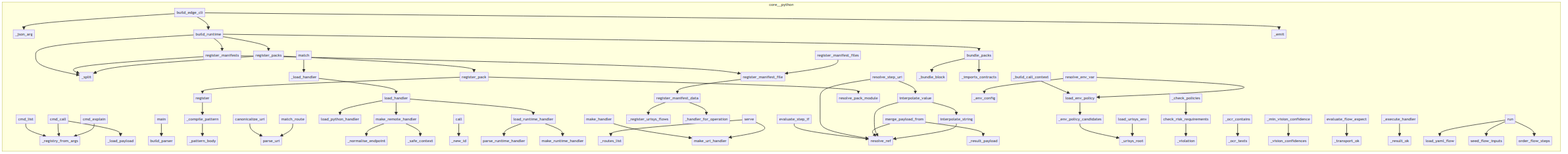
tellmesh/uricore keeps this Mermaid diagram as project/calls.png. Above is the earlier version. Its source is kept beside it as project/calls.mmd.
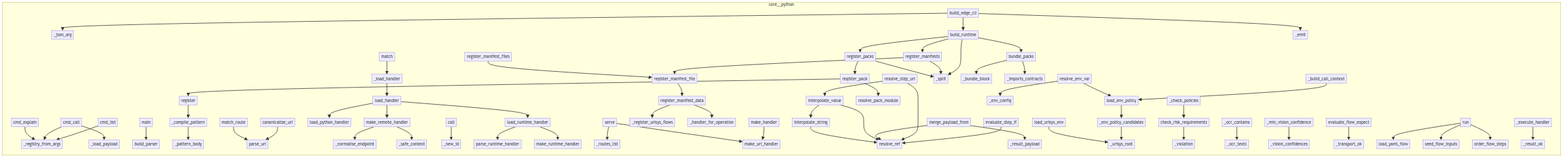
After the change.

Diff of the diagram source:
```diff
@@ -1,80 +1,80 @@
 flowchart LR
     subgraph core__python
-        core__python__uri_control__edge__compose___split["_split"]
-        core__python__uri_control__edge__runtime__make_handler["make_handler"]
-        core__python__uri_control__edge__flow__loader__load_yaml_flow["load_yaml_flow"]
-        core__python__uri_control__cli__build_parser["build_parser"]
-        core__python__uri_control__handlers__make_remote_handler["make_remote_handler"]
+        core__python__uri_control__registry___compile_pattern["_compile_pattern"]
+        core__python__uri_control__cli___load_payload["_load_payload"]
+        core__python__uri_control__edge__http___routes_list["_routes_list"]
+        core__python__uri_control__parser__canonicalize_uri["canonicalize_uri"]
         core__python__uri_control__edge__flow_refs__evaluate_step_if["evaluate_step_if"]
         core__python__uri_control__edge__compose___bundle_block["_bundle_block"]
-        core__python__uri_control__edge__http___routes_list["_routes_list"]
+        core__python__uri_control__runtime_handlers__load_runtime_handler["load_runtime_handler"]
+        core__python__uri_control__edge__compose__build_runtime["build_runtime"]
+        core__python__uri_control__edge__env___env_config["_env_config"]
+        core__python__uri_control__edge__runtime__Runtime___execute_handler["_execute_handler"]
+        core__python__uri_control__registry___pattern_body["_pattern_body"]
+        core__python__uri_control__edge__flow_refs__interpolate_string["interpolate_string"]
+        core__python__uri_control__edge__compose__bundle_packs["bundle_packs"]
+        core__python__uri_control__handlers__load_handler["load_handler"]
+        core__python__uri_control__edge__manifest__register_manifest_file["register_manifest_file"]
+        core__python__uri_control__edge__flow_expect___ocr_texts["_ocr_texts"]
+        core__python__uri_control__handlers__load_python_handler["load_python_handler"]
+        core__python__uri_control__edge__flow_refs___result_payload["_result_payload"]
+        core__python__uri_control__edge__risk_policy__check_risk_requirements["check_risk_requirements"]
+        core__python__uri_control__edge__runtime__Runtime___load_handler["_load_handler"]
+        core__python__uri_control__edge__flow_refs__resolve_step_uri["resolve_step_uri"]
+        core__python__uri_control__edge__compose___split["_split"]
+        core__python__uri_control__handlers___normalise_endpoint["_normalise_endpoint"]
+        core__python__uri_control__edge__compose___imports_contracts["_imports_contracts"]
+        core__python__uri_control__edge__runtime__Runtime___build_call_context["_build_call_context"]
+        core__python__uri_control__edge__flow__loader__load_yaml_flow["load_yaml_flow"]
+        core__python__uri_control__registry__CapabilityRegistry__register["register"]
+        core__python__uri_control__edge__compose__resolve_pack_module["resolve_pack_module"]
+        core__python__uri_control__cli__cmd_list["cmd_list"]
+        core__python__uri_control__cli___registry_from_args["_registry_from_args"]
+        core__python__uri_control__cli__build_parser["build_parser"]
+        core__python__uri_control__edge__env__load_env_policy["load_env_policy"]
+        core__python__uri_control__edge__env__load_urisys_env["load_urisys_env"]
+        core__python__uri_control__cli__cmd_explain["cmd_explain"]
+        core__python__uri_control__edge__cli__build_edge_cli["build_edge_cli"]
         core__python__uri_control__edge__compose__register_pack["register_pack"]
+        core__python__uri_control__edge__compose__register_manifests["register_manifests"]
+        core__python__uri_control__edge__flow_expect___vision_confidences["_vision_confidences"]
+        core__python__uri_control__edge__flow_expect__evaluate_flow_expect["evaluate_flow_expect"]
+        core__python__uri_control__handlers___safe_context["_safe_context"]
+        core__python__uri_control__edge__manifest___register_urisys_flows["_register_urisys_flows"]
+        core__python__uri_control__edge__runtime__make_handler["make_handler"]
+        core__python__uri_control__dispatcher___new_id["_new_id"]
+        core__python__uri_control__edge__flow_expect___min_vision_confidence["_min_vision_confidence"]
+        core__python__uri_control__edge__cli___json_arg["_json_arg"]
+        core__python__uri_control__runtime_handlers__parse_runtime_handler["parse_runtime_handler"]
+        core__python__uri_control__edge__manifest__register_manifest_files["register_manifest_files"]
+        core__python__uri_control__edge__flow__runner__FlowRunner__run["run"]
+        core__python__uri_control__edge__flow_refs__merge_payload_from["merge_payload_from"]
+        core__python__uri_control__dispatcher__UriControlRuntime__call["call"]
+        core__python__uri_control__edge__flow_expect___ocr_contains["_ocr_contains"]
+        core__python__uri_control__edge__runtime___result_ok["_result_ok"]
+        core__python__uri_control__edge__flow_refs__interpolate_value["interpolate_value"]
         core__python__uri_control__edge__flow__steps__order_flow_steps["order_flow_steps"]
-        core__python__uri_control__edge__flow_refs__interpolate_value["interpolate_value"]
-        core__python__uri_control__handlers___normalise_endpoint["_normalise_endpoint"]
-        core__python__uri_control__edge__compose__bundle_packs["bundle_packs"]
-        core__python__uri_control__edge__env__load_env_policy["load_env_policy"]
-        core__python__uri_control__registry___compile_pattern["_compile_pattern"]
-        core__python__uri_control__registry__CapabilityRegistry__match["match"]
-        core__python__uri_control__cli__cmd_list["cmd_list"]
-        core__python__uri_control__registry___pattern_body["_pattern_body"]
-        core__python__uri_control__edge__flow_expect__evaluate_flow_expect["evaluate_flow_expect"]
-        core__python__uri_control__edge__runtime__Runtime___execute_handler["_execute_handler"]
-        core__python__uri_control__cli__cmd_call["cmd_call"]
-        core__python__uri_control__cli__main["main"]
-        core__python__uri_control__edge__env__load_urisys_env["load_urisys_env"]
-        core__python__uri_control__edge__cli__build_edge_cli["build_edge_cli"]
-        core__python__uri_control__cli___load_payload["_load_payload"]
-        core__python__uri_control__cli___registry_from_args["_registry_from_args"]
-        core__python__uri_control__edge__env___env_config["_env_config"]
-        core__python__uri_control__edge__flow_refs___result_payload["_result_payload"]
+        core__python__uri_control__edge__cli___emit["_emit"]
+        core__python__uri_control__edge__flow_refs__resolve_ref["resolve_ref"]
+        core__python__uri_control__edge__compose__register_packs["register_packs"]
+        core__python__uri_control__edge__runtime__Runtime___check_policies["_check_policies"]
+        core__python__uri_control__edge__risk_policy___violation["_violation"]
         core__python__uri_control__runtime_handlers__make_runtime_handler["make_runtime_handler"]
-        core__python__uri_control__edge__flow_refs__resolve_step_uri["resolve_step_uri"]
-        core__python__uri_control__edge__env___env_policy_candidates["_env_policy_candidates"]
-        core__python__uri_control__edge__manifest___register_urisys_flows["_register_urisys_flows"]
+        core__python__uri_control__edge__env__resolve_env_var["resolve_env_var"]
+        core__python__uri_control__edge__flow_expect___transport_ok["_transport_ok"]
         core__python__uri_control__registry__CapabilityRegistry__match_route["match_route"]
-        core__python__uri_control__runtime_handlers__parse_runtime_handler["parse_runtime_handler"]
-        core__python__uri_control__edge__http__make_uri_handler["make_uri_handler"]
-        core__python__uri_control__edge__cli___json_arg["_json_arg"]
-        core__python__uri_control__edge__compose__resolve_pack_module["resolve_pack_module"]
-        core__python__uri_control__handlers___safe_context["_safe_context"]
-        core__python__uri_control__edge__compose__build_runtime["build_runtime"]
-        core__python__uri_control__edge__compose__register_packs["register_packs"]
-        core__python__uri_control__edge__compose__register_manifests["register_manifests"]
-        core__python__uri_control__edge__compose___imports_contracts["_imports_contracts"]
-        core__python__uri_control__edge__flow_refs__interpolate_string["interpolate_string"]
-        core__python__uri_control__handlers__load_handler["load_handler"]
-        core__python__uri_control__edge__runtime__Runtime___build_call_context["_build_call_context"]
-        core__python__uri_control__edge__flow_refs__merge_payload_from["merge_payload_from"]
-        core__python__uri_control__edge__http__serve["serve"]
-        core__python__uri_control__edge__manifest__register_manifest_files["register_manifest_files"]
-        core__python__uri_control__edge__cli___emit["_emit"]
-        core__python__uri_control__edge__flow_expect___ocr_texts["_ocr_texts"]
         core__python__uri_control__edge__flow_refs__seed_flow_inputs["seed_flow_inputs"]
         core__python__uri_control__edge__manifest__register_manifest_data["register_manifest_data"]
-        core__python__uri_control__edge__env__resolve_env_var["resolve_env_var"]
         core__python__uri_control__parser__parse_uri["parse_uri"]
-        core__python__uri_control__edge__flow__runner__FlowRunner__run["run"]
-        core__python__uri_control__cli__cmd_explain["cmd_explain"]
-        core__python__uri_control__edge__flow_expect___vision_confidences["_vision_confidences"]
-        core__python__uri_control__edge__flow_expect___ocr_contains["_ocr_contains"]
-        core__python__uri_control__edge__risk_policy__check_risk_requirements["check_risk_requirements"]
-        core__python__uri_control__runtime_handlers__load_runtime_handler["load_runtime_handler"]
-        core__python__uri_control__registry__CapabilityRegistry__register["register"]
-        core__python__uri_control__parser__canonicalize_uri["canonicalize_uri"]
-        core__python__uri_control__edge__flow_refs__resolve_ref["resolve_ref"]
-        core__python__uri_control__dispatcher__UriControlRuntime__call["call"]
-        core__python__uri_control__edge__manifest__register_manifest_file["register_manifest_file"]
+        core__python__uri_control__edge__http__serve["serve"]
+        core__python__uri_control__edge__http__make_uri_handler["make_uri_handler"]
+        core__python__uri_control__edge__env___env_policy_candidates["_env_policy_candidates"]
+        core__python__uri_control__cli__main["main"]
+        core__python__uri_control__handlers__make_remote_handler["make_remote_handler"]
         core__python__uri_control__edge__manifest___handler_for_operation["_handler_for_operation"]
-        core__python__uri_control__edge__flow_expect___min_vision_confidence["_min_vision_confidence"]
-        core__python__uri_control__edge__risk_policy___violation["_violation"]
-        core__python__uri_control__edge__flow_expect___transport_ok["_transport_ok"]
-        core__python__uri_control__handlers__load_python_handler["load_python_handler"]
-        core__python__uri_control__edge__runtime__Runtime___load_handler["_load_handler"]
-        core__python__uri_control__edge__runtime__Runtime___check_policies["_check_policies"]
-        core__python__uri_control__dispatcher___new_id["_new_id"]
+        core__python__uri_control__registry__CapabilityRegistry__match["match"]
+        core__python__uri_control__cli__cmd_call["cmd_call"]
         core__python__uri_control__edge__env___urisys_root["_urisys_root"]
-        core__python__uri_control__edge__runtime___result_ok["_result_ok"]
     end
     core__python__uri_control__cli__cmd_explain --> core__python__uri_control__cli___registry_from_args
     core__python__uri_control__cli__cmd_call --> core__python__uri_control__cli___registry_from_args
@@ -132,11 +132,11 @@
     core__python__uri_control__edge__flow_expect___ocr_contains --> core__python__uri_control__edge__flow_expect___ocr_texts
     core__python__uri_control__edge__flow_expect___min_vision_confidence --> core__python__uri_control__edge__flow_expect___vision_confidences
     core__python__uri_control__edge__flow_expect__evaluate_flow_expect --> core__python__uri_control__edge__flow_expect___transport_ok
+    core__python__uri_control__edge__flow__runner__FlowRunner__run --> core__python__uri_control__edge__flow__loader__load_yaml_flow
+    core__python__uri_control__edge__flow__runner__FlowRunner__run --> core__python__uri_control__edge__flow_refs__seed_flow_inputs
+    core__python__uri_control__edge__flow__runner__FlowRunner__run --> core__python__uri_control__edge__flow__steps__order_flow_steps
     core__python__uri_control__edge__runtime__Runtime___load_handler --> core__python__uri_control__handlers__load_handler
     core__python__uri_control__edge__runtime__Runtime___check_policies --> core__python__uri_control__edge__risk_policy__check_risk_requirements
     core__python__uri_control__edge__runtime__Runtime___build_call_context --> core__python__uri_control__edge__env__load_env_policy
     core__python__uri_control__edge__runtime__Runtime___execute_handler --> core__python__uri_control__edge__runtime___result_ok
     core__python__uri_control__edge__runtime__make_handler --> core__python__uri_control__edge__http__make_uri_handler
-    core__python__uri_control__edge__flow__runner__FlowRunner__run --> core__python__uri_control__edge__flow__loader__load_yaml_flow
-    core__python__uri_control__edge__flow__runner__FlowRunner__run --> core__python__uri_control__edge__flow_refs__seed_flow_inputs
-    core__python__uri_control__edge__flow__runner__FlowRunner__run --> core__python__uri_control__edge__flow__steps__order_flow_steps
```
